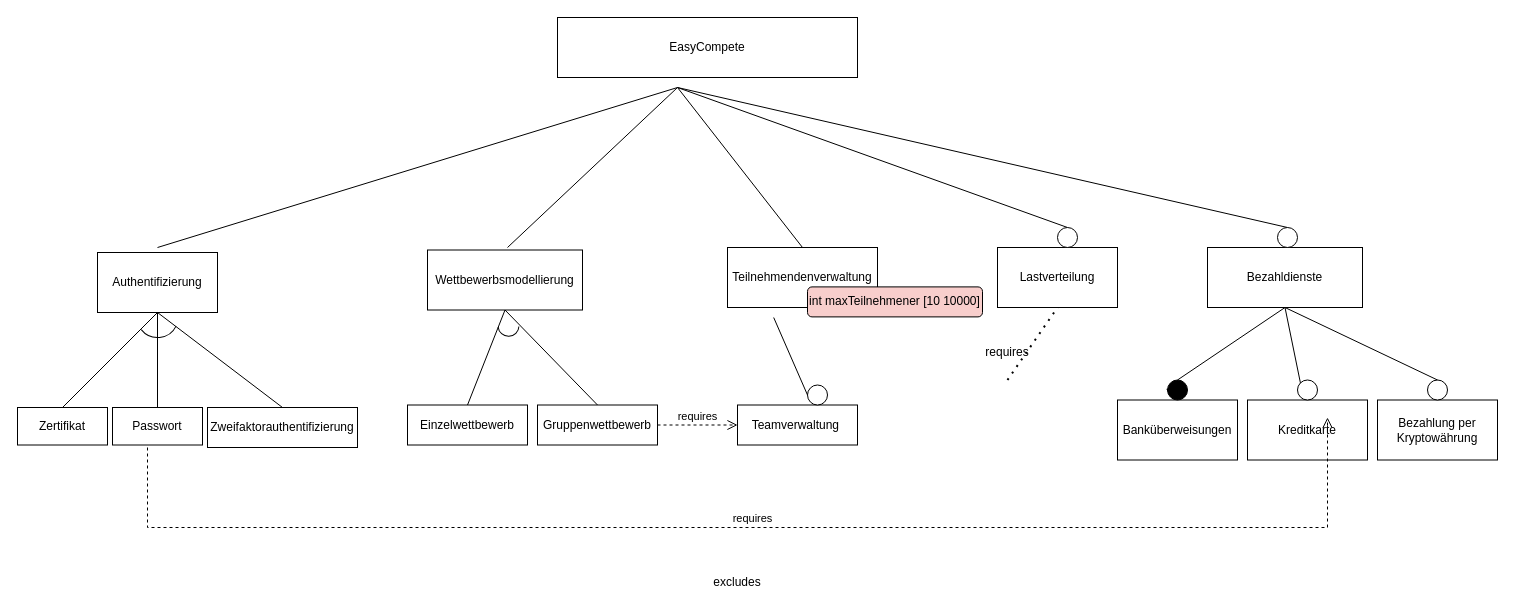
Before: se11.drawio in Hiba97/Software-Engineering, a draw.io diagram. Source tidied: cells renumbered, new cells numbered last; positions are measured from the earlier drawing's top-left corner, leaving out a move shared by most shapes. Both pictures are drawn from the tidied source at 100%, with x=0, y=0 at pixel (17, 17).
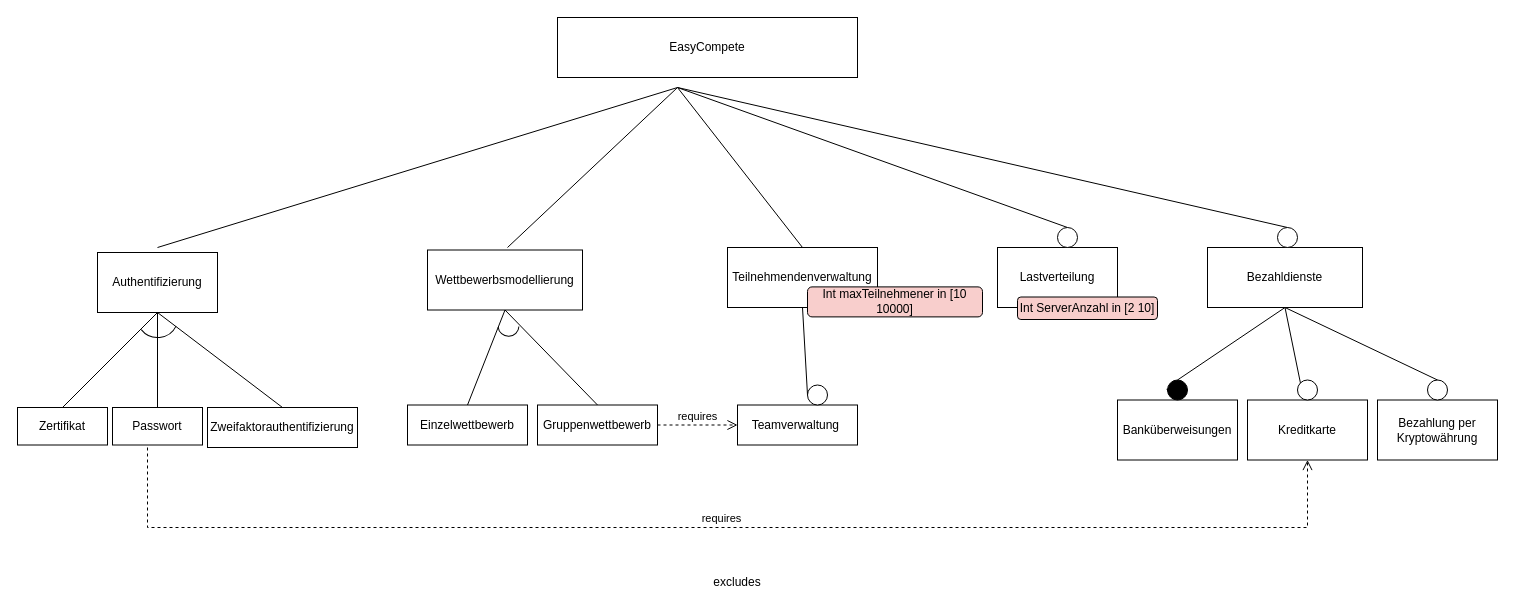
The same page after the edit.

The change refers to these unchanged cells:
```xml
<mxCell id="3" value="Teilnehmendenverwaltung" style="rounded=0;whiteSpace=wrap;html=1;" parent="1" vertex="1">
  <mxGeometry x="710" y="230" width="150" height="60" as="geometry" />
</mxCell>
<mxCell id="7" value="Lastverteilung" style="rounded=0;whiteSpace=wrap;html=1;" parent="1" vertex="1">
  <mxGeometry x="980" y="230" width="120" height="60" as="geometry" />
</mxCell>
<mxCell id="13" value="Kreditkarte&lt;br&gt;" style="rounded=0;whiteSpace=wrap;html=1;" parent="1" vertex="1">
  <mxGeometry x="1230" y="382.5" width="120" height="60" as="geometry" />
</mxCell>
<mxCell id="36" style="ellipse;whiteSpace=wrap;html=1;fillColor=#FFFFFF;" parent="1" vertex="1">
  <mxGeometry x="790" y="367.5" width="20" height="20" as="geometry" />
</mxCell>
```

Diff of the diagram source:
```diff
@@
-    <mxCell id="8" value="int maxTeilnehmener [10 10000]" style="rounded=1;whiteSpace=wrap;html=1;fillColor=#F8CECC;" parent="1" vertex="1">
+    <mxCell id="8" value="Int maxTeilnehmener in [10 10000]" style="rounded=1;whiteSpace=wrap;html=1;fillColor=#F8CECC;" parent="1" vertex="1">
       <mxGeometry x="790" y="269.4" width="175" height="30" as="geometry" />
     </mxCell>
@@
-    <mxCell id="20" style="endArrow=none;dashed=1;html=1;dashPattern=1 3;strokeWidth=2;rounded=0;entryX=0.5;entryY=1;entryDx=0;entryDy=0;" parent="1" edge="1" target="7">
-      <mxGeometry relative="1" as="geometry">
-        <mxPoint x="990" y="362.5" as="sourcePoint" />
-      </mxGeometry>
-    </mxCell>
-    <mxCell id="21" value="requires&lt;br&gt;" style="text;html=1;strokeColor=none;fillColor=none;align=center;verticalAlign=middle;whiteSpace=wrap;rounded=0;" parent="1" vertex="1">
-      <mxGeometry x="960" y="320" width="60" height="30" as="geometry" />
-    </mxCell>
@@
-    <mxCell id="33" style="endArrow=none;html=1;rounded=0;entryX=0.308;entryY=1.167;entryDx=0;entryDy=0;entryPerimeter=0;exitX=0;exitY=0.5;exitDx=0;exitDy=0;" parent="1" edge="1" source="36" target="3">
+    <mxCell id="33" style="endArrow=none;html=1;rounded=0;entryX=0.5;entryY=1;entryDx=0;entryDy=0;exitX=0;exitY=0.5;exitDx=0;exitDy=0;" parent="1" edge="1" source="36" target="3">
       <mxGeometry relative="1" as="geometry" />
     </mxCell>
@@
-    <mxCell id="41" value="requires" style="html=1;verticalAlign=bottom;endArrow=open;dashed=1;endSize=8;rounded=0;" parent="1" edge="1">
+    <mxCell id="41" value="requires" style="html=1;verticalAlign=bottom;endArrow=open;dashed=1;endSize=8;rounded=0;entryX=0.5;entryY=1;entryDx=0;entryDy=0;" parent="1" edge="1" target="13">
       <mxGeometry relative="1" as="geometry">
         <mxPoint x="130" y="430" as="sourcePoint" />
-        <mxPoint x="1310" y="400" as="targetPoint" />
         <Array as="points">
           <mxPoint x="130" y="510" />
-          <mxPoint x="1310" y="510" />
+          <mxPoint x="1290" y="510" />
         </Array>
       </mxGeometry>
     </mxCell>
@@
+    <mxCell id="46" value="Int ServerAnzahl in [2 10]" style="rounded=1;whiteSpace=wrap;html=1;fillColor=#F8CECC;" parent="1" vertex="1">
+      <mxGeometry x="1000" y="279.5" width="140" height="22.5" as="geometry" />
+    </mxCell>
```
